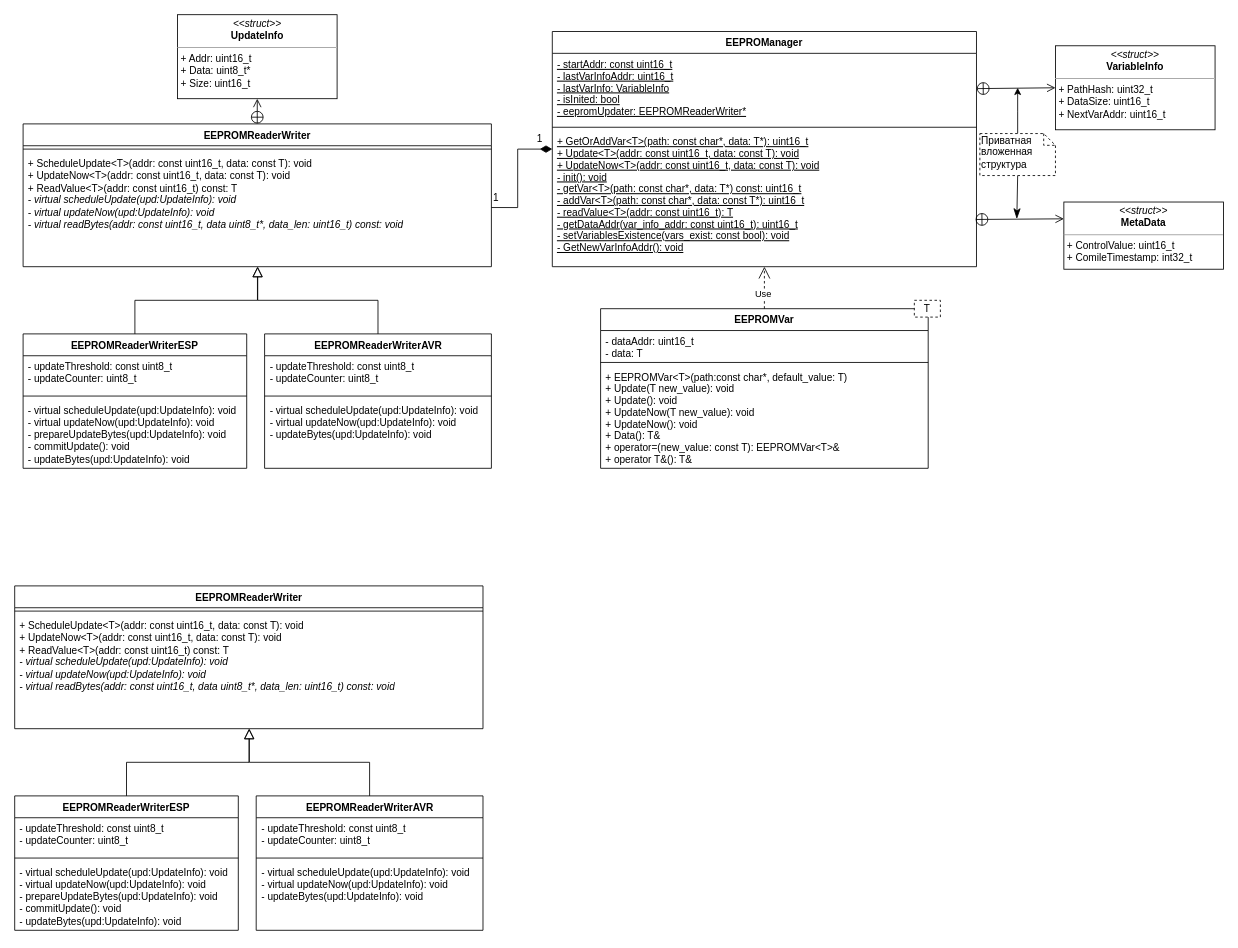
Earlier version of the draw.io diagram presentation/resources/sources/eeprom-cd.drawio (almiluk/bachelor_thesis). Source tidied: cells renumbered, new cells numbered last; positions are measured from the earlier drawing's top-left corner, leaving out a move shared by most shapes. Both pictures are drawn from the tidied source at 84%, with x=0, y=0 at pixel (14, 14).
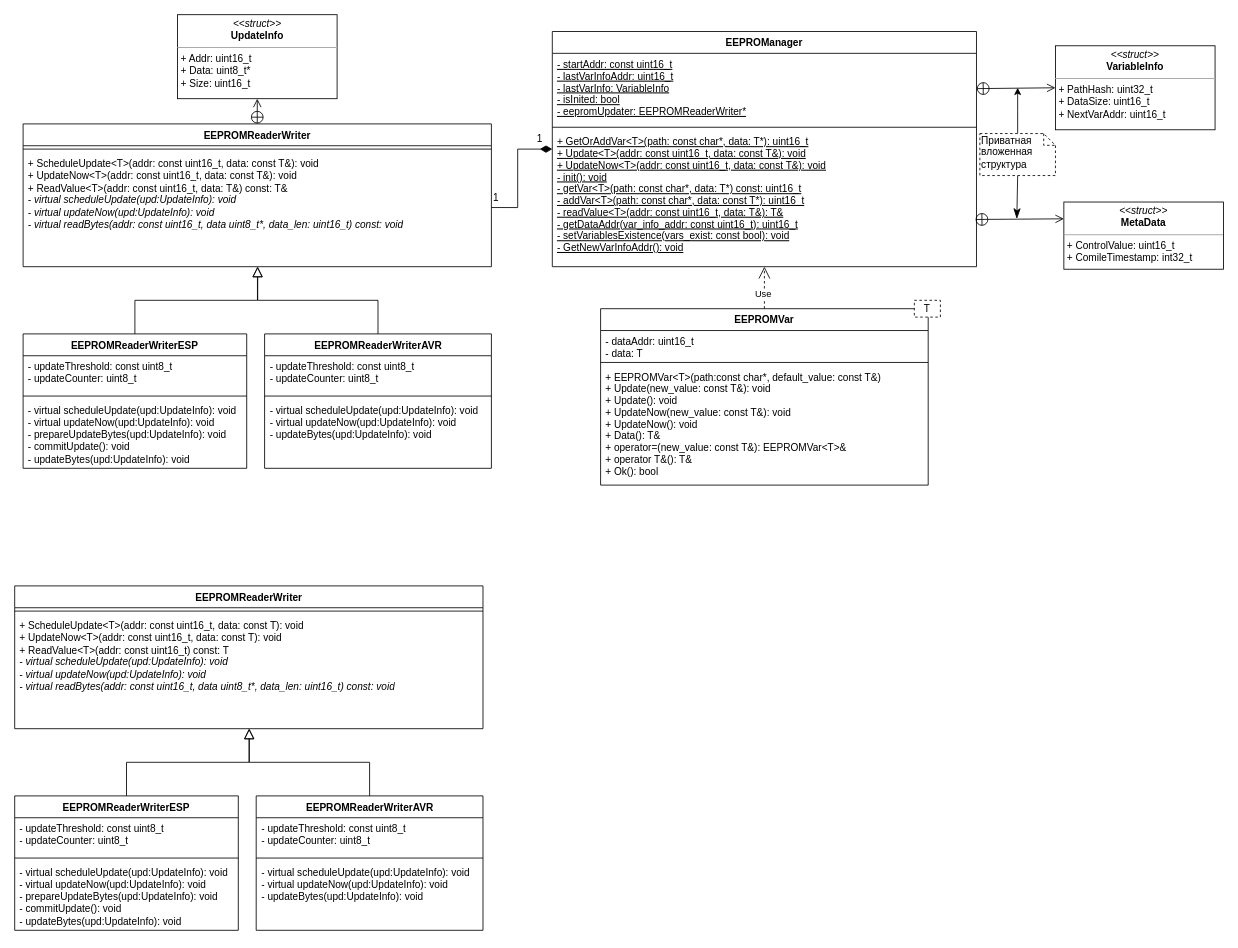
After the change.

Unchanged cells that the change refers to:
```xml
<mxCell id="7" value="EEPROManager" style="swimlane;fontStyle=1;align=center;verticalAlign=top;horizontal=1;startSize=26;" parent="1" vertex="1">
  <mxGeometry x="640" y="20" width="505" height="280" as="geometry" />
</mxCell>
<mxCell id="18" value="EEPROMReaderWriter" style="swimlane;fontStyle=1;align=center;verticalAlign=top;horizontal=1;startSize=26;whiteSpace=wrap;html=1;" parent="1" vertex="1">
  <mxGeometry x="10" y="130" width="557.5" height="170" as="geometry" />
</mxCell>
```

The edit, as a diff of the source:
```diff
@@
     <mxCell id="2" value="EEPROMVar" style="swimlane;fontStyle=1;align=center;verticalAlign=top;horizontal=1;startSize=26;" parent="1" vertex="1">
-      <mxGeometry x="697.5" y="350" width="390" height="190" as="geometry" />
+      <mxGeometry x="697.5" y="350" width="390" height="210" as="geometry" />
     </mxCell>
@@
-    <mxCell id="5" value="+ EEPROMVar&lt;T&gt;(path:const char*, default_value: T)&#10;+ Update(T new_value): void&#10;+ Update(): void&#10;+ UpdateNow(T new_value): void&#10;+ UpdateNow(): void&#10;+ Data(): T&amp;&#10;+ operator=(new_value: const T): EEPROMVar&lt;T&gt;&amp;&#10;+ operator T&amp;(): T&amp;" style="text;strokeColor=none;fillColor=none;align=left;verticalAlign=top;spacingLeft=4;spacingRight=4;overflow=hidden;" parent="2" vertex="1">
-      <mxGeometry y="68" width="390" height="122" as="geometry" />
+    <mxCell id="5" value="+ EEPROMVar&lt;T&gt;(path:const char*, default_value: const T&amp;)&#10;+ Update(new_value: const T&amp;): void&#10;+ Update(): void&#10;+ UpdateNow(new_value: const T&amp;): void&#10;+ UpdateNow(): void&#10;+ Data(): T&amp;&#10;+ operator=(new_value: const T&amp;): EEPROMVar&lt;T&gt;&amp;&#10;+ operator T&amp;(): T&amp;&#10;+ Ok(): bool" style="text;strokeColor=none;fillColor=none;align=left;verticalAlign=top;spacingLeft=4;spacingRight=4;overflow=hidden;" parent="2" vertex="1">
+      <mxGeometry y="68" width="390" height="142" as="geometry" />
     </mxCell>
@@
-    <mxCell id="10" value="+ GetOrAddVar&lt;T&gt;(path: const char*, data: T*): uint16_t&#10;+ Update&lt;T&gt;(addr: const uint16_t, data: const T): void&#10;+ UpdateNow&lt;T&gt;(addr: const uint16_t, data: const T): void&#10;- init(): void&#10;- getVar&lt;T&gt;(path: const char*, data: T*) const: uint16_t&#10;- addVar&lt;T&gt;(path: const char*, data: const T*): uint16_t&#10;- readValue&lt;T&gt;(addr: const uint16_t): T&#10;- getDataAddr(var_info_addr: const uint16_t): uint16_t&#10;- setVariablesExistence(vars_exist: const bool): void&#10;- GetNewVarInfoAddr(): void" style="text;strokeColor=none;fillColor=none;align=left;verticalAlign=top;spacingLeft=4;spacingRight=4;overflow=hidden;points=[[0,0.5],[1,0.5]];portConstraint=eastwest;fontStyle=4;" parent="7" vertex="1">
+    <mxCell id="10" value="+ GetOrAddVar&lt;T&gt;(path: const char*, data: T*): uint16_t&#10;+ Update&lt;T&gt;(addr: const uint16_t, data: const T&amp;): void&#10;+ UpdateNow&lt;T&gt;(addr: const uint16_t, data: const T&amp;): void&#10;- init(): void&#10;- getVar&lt;T&gt;(path: const char*, data: T*) const: uint16_t&#10;- addVar&lt;T&gt;(path: const char*, data: const T*): uint16_t&#10;- readValue&lt;T&gt;(addr: const uint16_t, data: T&amp;): T&amp;&#10;- getDataAddr(var_info_addr: const uint16_t): uint16_t&#10;- setVariablesExistence(vars_exist: const bool): void&#10;- GetNewVarInfoAddr(): void" style="text;strokeColor=none;fillColor=none;align=left;verticalAlign=top;spacingLeft=4;spacingRight=4;overflow=hidden;points=[[0,0.5],[1,0.5]];portConstraint=eastwest;fontStyle=4;" parent="7" vertex="1">
       <mxGeometry y="118" width="505" height="162" as="geometry" />
     </mxCell>
@@
-    <mxCell id="20" value="+ ScheduleUpdate&amp;lt;T&amp;gt;(addr: const uint16_t, data: const T): void&lt;br&gt;+ UpdateNow&amp;lt;T&amp;gt;(addr: const uint16_t, data: const T): void&lt;br style=&quot;border-color: var(--border-color); padding: 0px; margin: 0px;&quot;&gt;+ ReadValue&amp;lt;T&amp;gt;(addr: const uint16_t) const: T&lt;br&gt;&lt;i&gt;- virtual scheduleUpdate(upd:UpdateInfo): void&lt;br style=&quot;border-color: var(--border-color);&quot;&gt;- virtual updateNow(upd:UpdateInfo): void&lt;br&gt;- virtual readBytes(addr: const uint16_t, data uint8_t*, data_len: uint16_t) const: void&lt;/i&gt;" style="text;strokeColor=none;fillColor=none;align=left;verticalAlign=top;spacingLeft=4;spacingRight=4;overflow=hidden;points=[[0,0.5],[1,0.5]];portConstraint=eastwest;whiteSpace=wrap;html=1;" parent="18" vertex="1">
+    <mxCell id="20" value="+ ScheduleUpdate&amp;lt;T&amp;gt;(addr: const uint16_t, data: const T&amp;amp;): void&lt;br&gt;+ UpdateNow&amp;lt;T&amp;gt;(addr: const uint16_t, data: const T&amp;amp;): void&lt;br style=&quot;border-color: var(--border-color); padding: 0px; margin: 0px;&quot;&gt;+ ReadValue&amp;lt;T&amp;gt;(addr: const uint16_t, data: T&amp;amp;) const: T&amp;amp;&lt;br&gt;&lt;i&gt;- virtual scheduleUpdate(upd:UpdateInfo): void&lt;br style=&quot;border-color: var(--border-color);&quot;&gt;- virtual updateNow(upd:UpdateInfo): void&lt;br&gt;- virtual readBytes(addr: const uint16_t, data uint8_t*, data_len: uint16_t) const: void&lt;/i&gt;" style="text;strokeColor=none;fillColor=none;align=left;verticalAlign=top;spacingLeft=4;spacingRight=4;overflow=hidden;points=[[0,0.5],[1,0.5]];portConstraint=eastwest;whiteSpace=wrap;html=1;" parent="18" vertex="1">
       <mxGeometry y="34" width="557.5" height="136" as="geometry" />
     </mxCell>
```
